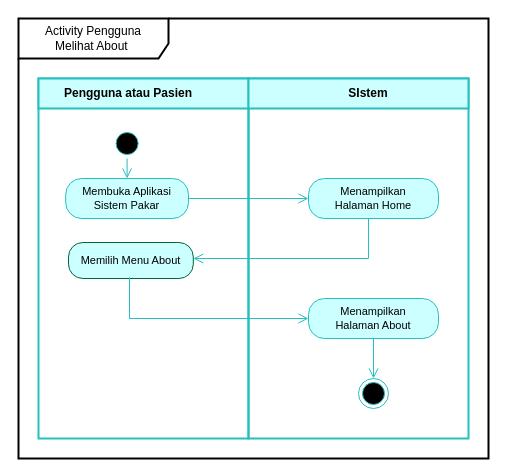
Earlier version of the draw.io diagram page "Halaman-4" (4 of 32) of Diagram Tanpa Judul.drawio (RyanRamadhan11/drawio). Source tidied: cells renumbered, new cells numbered last; positions are measured from the earlier drawing's top-left corner, leaving out a move shared by most shapes. Both pictures are drawn from the tidied source at 100%, with x=0, y=0 at pixel (18, 18).
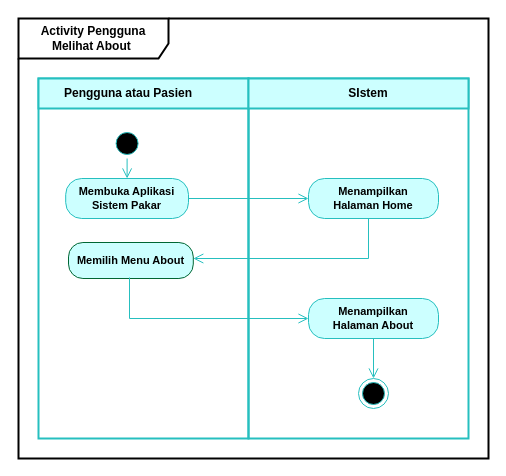
The same page after the edit.

Change to the diagram source:
```diff
@@
-    <mxCell id="2" value="&lt;font style=&quot;font-size: 12px;&quot;&gt;Activity Pengguna&lt;br&gt;Melihat About&amp;nbsp;&lt;/font&gt;" style="shape=umlFrame;whiteSpace=wrap;html=1;width=150;height=40;strokeWidth=2;strokeColor=#000000;fillColor=none;" parent="1" vertex="1">
+    <mxCell id="2" value="&lt;font style=&quot;font-size: 12px;&quot;&gt;&lt;b&gt;Activity Pengguna&lt;br&gt;Melihat About&amp;nbsp;&lt;/b&gt;&lt;/font&gt;" style="shape=umlFrame;whiteSpace=wrap;html=1;width=150;height=40;strokeWidth=2;strokeColor=#000000;fillColor=none;" parent="1" vertex="1">
       <mxGeometry width="470" height="440" as="geometry" />
     </mxCell>
@@
-    <mxCell id="8" value="&lt;b&gt;SIstem&lt;/b&gt;" style="text;html=1;strokeColor=none;fillColor=none;align=center;verticalAlign=middle;whiteSpace=wrap;rounded=0;" parent="1" vertex="1">
+    <mxCell id="8" value="&lt;span&gt;SIstem&lt;/span&gt;" style="text;html=1;strokeColor=none;fillColor=none;align=center;verticalAlign=middle;whiteSpace=wrap;rounded=0;fontStyle=1;" parent="1" vertex="1">
       <mxGeometry x="270" y="60" width="160" height="30" as="geometry" />
     </mxCell>
@@
-    <mxCell id="11" value="Membuka Aplikasi Sistem Pakar" style="rounded=1;whiteSpace=wrap;html=1;arcSize=40;fontColor=#000000;fillColor=#CCFFFF;strokeColor=#26BFBF;fontSize=11;" parent="1" vertex="1">
+    <mxCell id="11" value="Membuka Aplikasi Sistem Pakar" style="rounded=1;whiteSpace=wrap;html=1;arcSize=40;fontColor=#000000;fillColor=#CCFFFF;strokeColor=#26BFBF;fontSize=11;fontStyle=1;" parent="1" vertex="1">
       <mxGeometry x="47.2" y="160" width="122.8" height="40" as="geometry" />
     </mxCell>
@@
-    <mxCell id="13" value="Menampilkan &lt;br&gt;Halaman Home" style="rounded=1;whiteSpace=wrap;html=1;arcSize=40;fontColor=#000000;fillColor=#CCFFFF;strokeColor=#26BFBF;strokeWidth=1;fontSize=11;verticalAlign=middle;" parent="1" vertex="1">
+    <mxCell id="13" value="Menampilkan &lt;br&gt;Halaman Home" style="rounded=1;whiteSpace=wrap;html=1;arcSize=40;fontColor=#000000;fillColor=#CCFFFF;strokeColor=#26BFBF;strokeWidth=1;fontSize=11;verticalAlign=middle;fontStyle=1;" parent="1" vertex="1">
       <mxGeometry x="290" y="160" width="130" height="40" as="geometry" />
     </mxCell>
@@
-    <mxCell id="15" value="Memilih Menu About" style="rounded=1;whiteSpace=wrap;html=1;arcSize=40;fontColor=#000000;fillColor=#CCFFFF;strokeColor=#006633;fontSize=11;labelBackgroundColor=none;" parent="1" vertex="1">
+    <mxCell id="15" value="Memilih Menu About" style="rounded=1;whiteSpace=wrap;html=1;arcSize=40;fontColor=#000000;fillColor=#CCFFFF;strokeColor=#006633;fontSize=11;labelBackgroundColor=none;fontStyle=1;" parent="1" vertex="1">
       <mxGeometry x="50" y="224" width="124.8" height="36" as="geometry" />
     </mxCell>
@@
-    <mxCell id="17" value="Menampilkan &lt;br&gt;Halaman About" style="rounded=1;whiteSpace=wrap;html=1;arcSize=40;fontColor=#000000;fillColor=#CCFFFF;strokeColor=#26BFBF;fontSize=11;verticalAlign=middle;" parent="1" vertex="1">
+    <mxCell id="17" value="Menampilkan &lt;br&gt;Halaman About" style="rounded=1;whiteSpace=wrap;html=1;arcSize=40;fontColor=#000000;fillColor=#CCFFFF;strokeColor=#26BFBF;fontSize=11;verticalAlign=middle;fontStyle=1;" parent="1" vertex="1">
       <mxGeometry x="290" y="280" width="130" height="40" as="geometry" />
     </mxCell>
```
